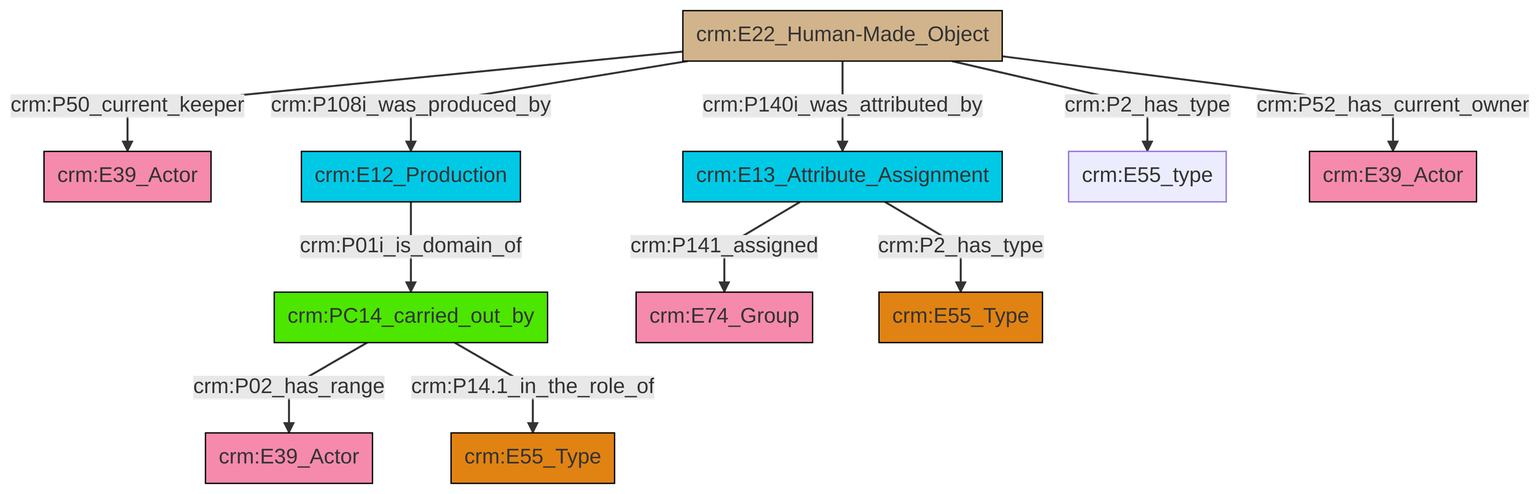
The Mermaid diagram et/artworkCSV/ttl/mmd/png/Artwork_Actor_Relations.png in swiss-art-research-net/docs.swissartresearch, before a commit. Its source is kept beside it as et/artworkCSV/ttl/mmd/Artwork_Actor_Relations.ttl.mmd.
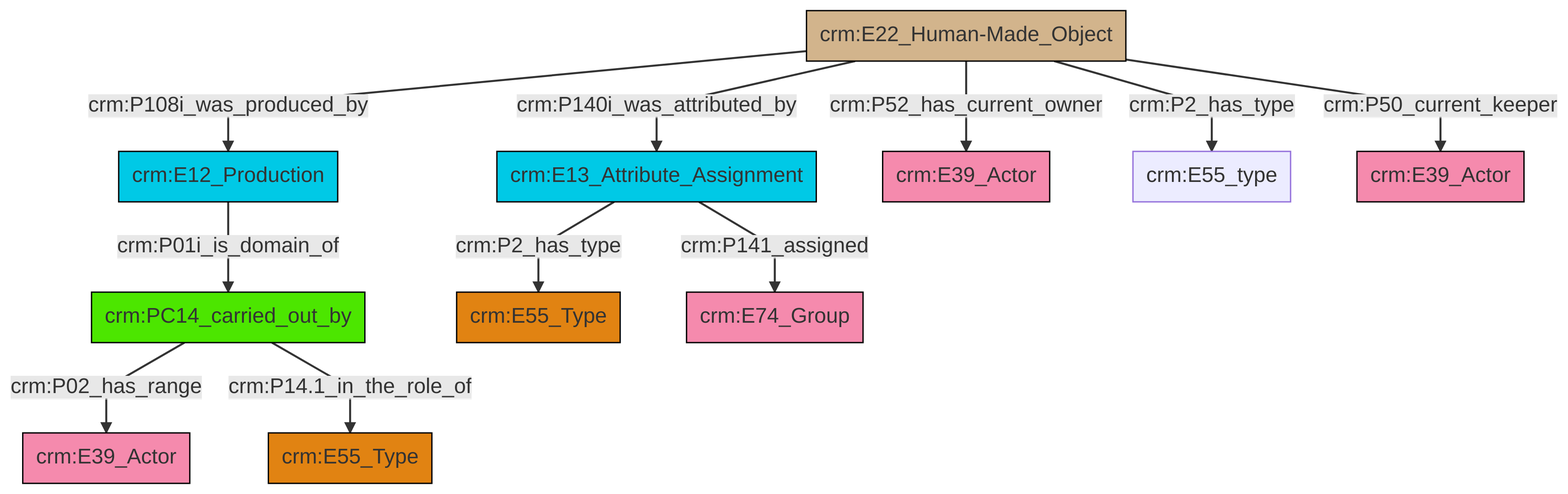
After the change.

Change to the diagram source:
```diff
@@ -13,13 +13,13 @@
 classDef PC_Classes fill:#4ce600, stroke:#000000;
 classDef Multi fill:#cccccc,stroke:#000000;
 
-0["crm:E22_Human-Made_Object"]:::Physical_Thing -->|crm:P50_current_keeper| 1["crm:E39_Actor"]:::Actor
-0["crm:E22_Human-Made_Object"]:::Physical_Thing -->|crm:P108i_was_produced_by| 2["crm:E12_Production"]:::Temporal_Entity
-3["crm:PC14_carried_out_by"]:::PC_Classes -->|crm:P02_has_range| 4["crm:E39_Actor"]:::Actor
-5["crm:E13_Attribute_Assignment"]:::Temporal_Entity -->|crm:P141_assigned| 6["crm:E74_Group"]:::Actor
-5["crm:E13_Attribute_Assignment"]:::Temporal_Entity -->|crm:P2_has_type| 7["crm:E55_Type"]:::Type
-2["crm:E12_Production"]:::Temporal_Entity -->|crm:P01i_is_domain_of| 3["crm:PC14_carried_out_by"]:::PC_Classes
-0["crm:E22_Human-Made_Object"]:::Physical_Thing -->|crm:P52_has_current_owner| 15["crm:E39_Actor"]:::Actor
-3["crm:PC14_carried_out_by"]:::PC_Classes -->|crm:P14.1_in_the_role_of| 8["crm:E55_Type"]:::Type
-0["crm:E22_Human-Made_Object"]:::Physical_Thing -->|crm:P2_has_type| 12["crm:E55_type"]:::Default
-0["crm:E22_Human-Made_Object"]:::Physical_Thing -->|crm:P140i_was_attributed_by| 5["crm:E13_Attribute_Assignment"]:::Temporal_Entity
+2["crm:E22_Human-Made_Object"]:::Physical_Thing -->|crm:P140i_was_attributed_by| 3["crm:E13_Attribute_Assignment"]:::Temporal_Entity
+4["crm:PC14_carried_out_by"]:::PC_Classes -->|crm:P02_has_range| 10["crm:E39_Actor"]:::Actor
+2["crm:E22_Human-Made_Object"]:::Physical_Thing -->|crm:P108i_was_produced_by| 6["crm:E12_Production"]:::Temporal_Entity
+3["crm:E13_Attribute_Assignment"]:::Temporal_Entity -->|crm:P141_assigned| 11["crm:E74_Group"]:::Actor
+3["crm:E13_Attribute_Assignment"]:::Temporal_Entity -->|crm:P2_has_type| 8["crm:E55_Type"]:::Type
+2["crm:E22_Human-Made_Object"]:::Physical_Thing -->|crm:P2_has_type| 16["crm:E55_type"]:::Default
+4["crm:PC14_carried_out_by"]:::PC_Classes -->|crm:P14.1_in_the_role_of| 0["crm:E55_Type"]:::Type
+2["crm:E22_Human-Made_Object"]:::Physical_Thing -->|crm:P52_has_current_owner| 14["crm:E39_Actor"]:::Actor
+6["crm:E12_Production"]:::Temporal_Entity -->|crm:P01i_is_domain_of| 4["crm:PC14_carried_out_by"]:::PC_Classes
+2["crm:E22_Human-Made_Object"]:::Physical_Thing -->|crm:P50_current_keeper| 20["crm:E39_Actor"]:::Actor
```
